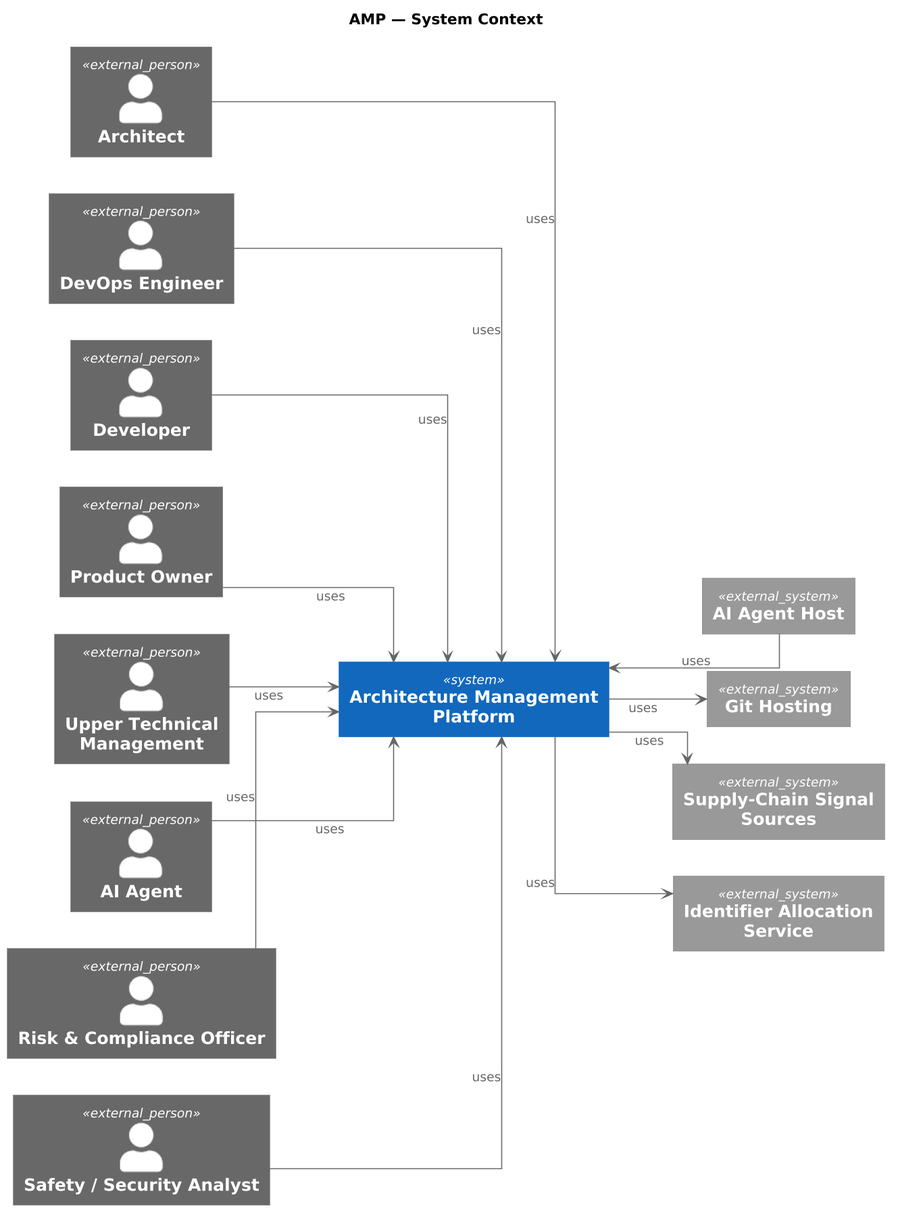
The PlantUML diagram engagements/ENG-ARCH-REPO/architecture-repository/diagram-catalog/rendered/platform-core/CSC@1780829783.z8RRON.amp-system-context.png in mbauer83/architectonic, before a commit.
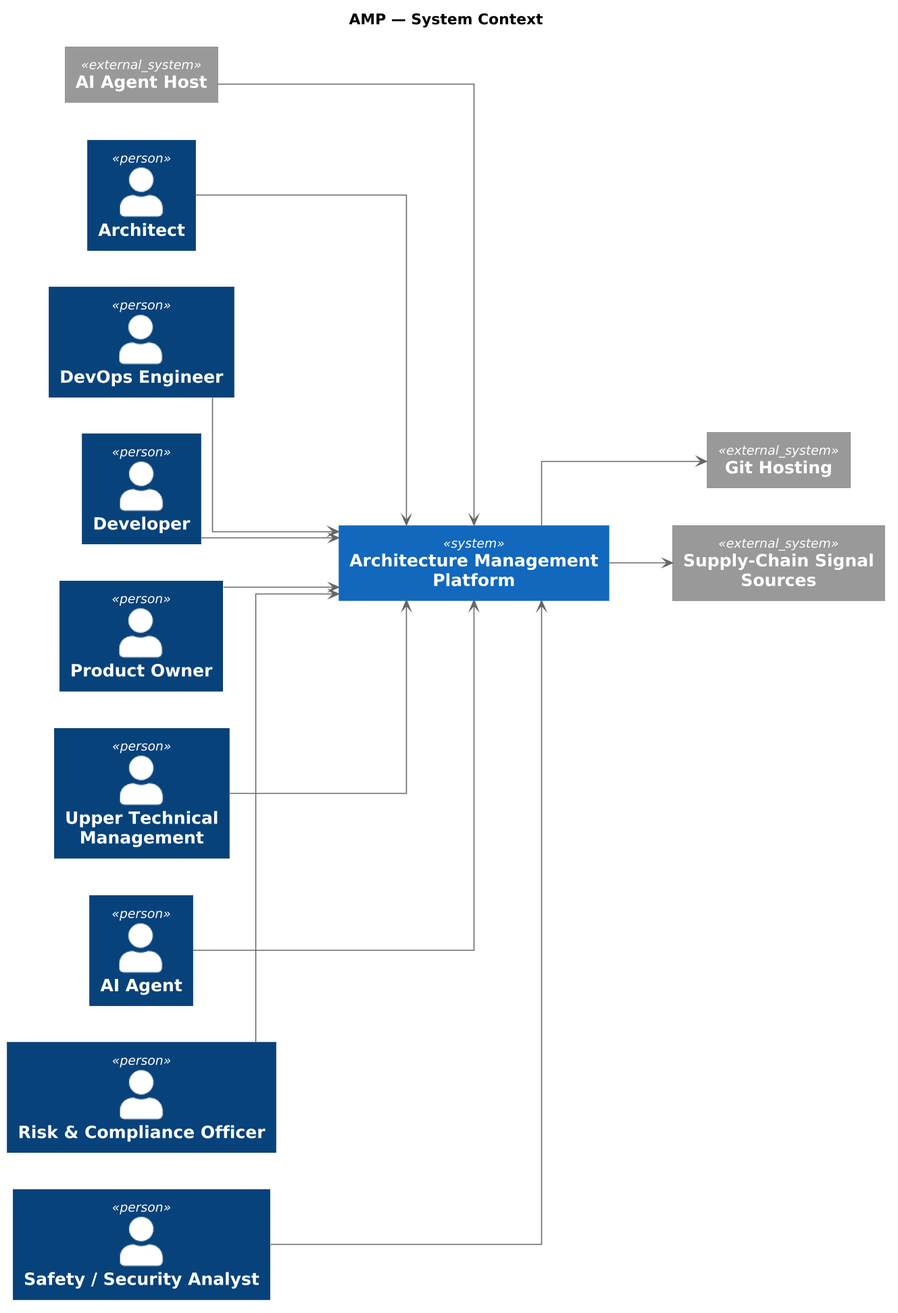
Above is the later version.

Change to the diagram source:
```diff
@@ -12,18 +12,30 @@
 
 System(APP_hkrdtm, "Architecture Management Platform")
 
-Person_Ext(ACT_Nn7Oo7, "Architect")
-Person_Ext(ACT_OLWiNc, "DevOps Engineer")
-Person_Ext(ACT_Pp8Qq8, "Developer")
-Person_Ext(ACT_Rr9Ss9, "Product Owner")
-Person_Ext(ACT_Ut1Vv1, "Upper Technical Management")
+Person(ACT_Nn7Oo7, "Architect")
+Person(ACT_OLWiNc, "DevOps Engineer")
+Person(ACT_Pp8Qq8, "Developer")
+Person(ACT_Rr9Ss9, "Product Owner")
+Person(ACT_Ut1Vv1, "Upper Technical Management")
 System_Ext(APP_v6AXNw, "AI Agent Host")
 System_Ext(APP_Je9pmw, "Git Hosting")
 System_Ext(APP_JqIBPJ, "Supply-Chain Signal Sources")
-System_Ext(APP_AeU7V3, "Identifier Allocation Service")
-Person_Ext(ROL_udXPfB, "AI Agent")
-Person_Ext(ROL_abNYhO, "Risk & Compliance Officer")
-Person_Ext(ROL_yswDMB, "Safety / Security Analyst")
+Person(ROL_udXPfB, "AI Agent")
+Person(ROL_abNYhO, "Risk & Compliance Officer")
+Person(ROL_yswDMB, "Safety / Security Analyst")
+
+ACT_Nn7Oo7 --> APP_hkrdtm
+ACT_OLWiNc --> APP_hkrdtm
+ACT_Pp8Qq8 --> APP_hkrdtm
+ACT_Rr9Ss9 --> APP_hkrdtm
+ACT_Ut1Vv1 --> APP_hkrdtm
+ROL_udXPfB --> APP_hkrdtm
+APP_v6AXNw --> APP_hkrdtm
+APP_hkrdtm --> APP_Je9pmw
+APP_hkrdtm --> APP_JqIBPJ
+ROL_abNYhO --> APP_hkrdtm
+ROL_yswDMB --> APP_hkrdtm
+
 
 ACT_Nn7Oo7 -[hidden]right- ACT_OLWiNc
 ACT_OLWiNc -[hidden]right- ACT_Pp8Qq8
@@ -32,23 +44,8 @@
 ACT_Ut1Vv1 -[hidden]right- ROL_udXPfB
 ROL_udXPfB -[hidden]right- ROL_abNYhO
 ROL_abNYhO -[hidden]right- ROL_yswDMB
-ROL_yswDMB -[hidden]right- APP_hkrdtm
-APP_hkrdtm -[hidden]right- APP_v6AXNw
+
 APP_v6AXNw -[hidden]right- APP_Je9pmw
 APP_Je9pmw -[hidden]right- APP_JqIBPJ
-APP_JqIBPJ -[hidden]right- APP_AeU7V3
 
-
-ACT_Nn7Oo7 --> APP_hkrdtm : uses
-ACT_OLWiNc --> APP_hkrdtm : uses
-ACT_Pp8Qq8 --> APP_hkrdtm : uses
-ACT_Rr9Ss9 --> APP_hkrdtm : uses
-ACT_Ut1Vv1 --> APP_hkrdtm : uses
-ROL_udXPfB --> APP_hkrdtm : uses
-APP_v6AXNw --> APP_hkrdtm : uses
-APP_hkrdtm --> APP_Je9pmw : uses
-APP_hkrdtm --> APP_JqIBPJ : uses
-APP_hkrdtm --> APP_AeU7V3 : uses
-ROL_abNYhO --> APP_hkrdtm : uses
-ROL_yswDMB --> APP_hkrdtm : uses
 @enduml
```
